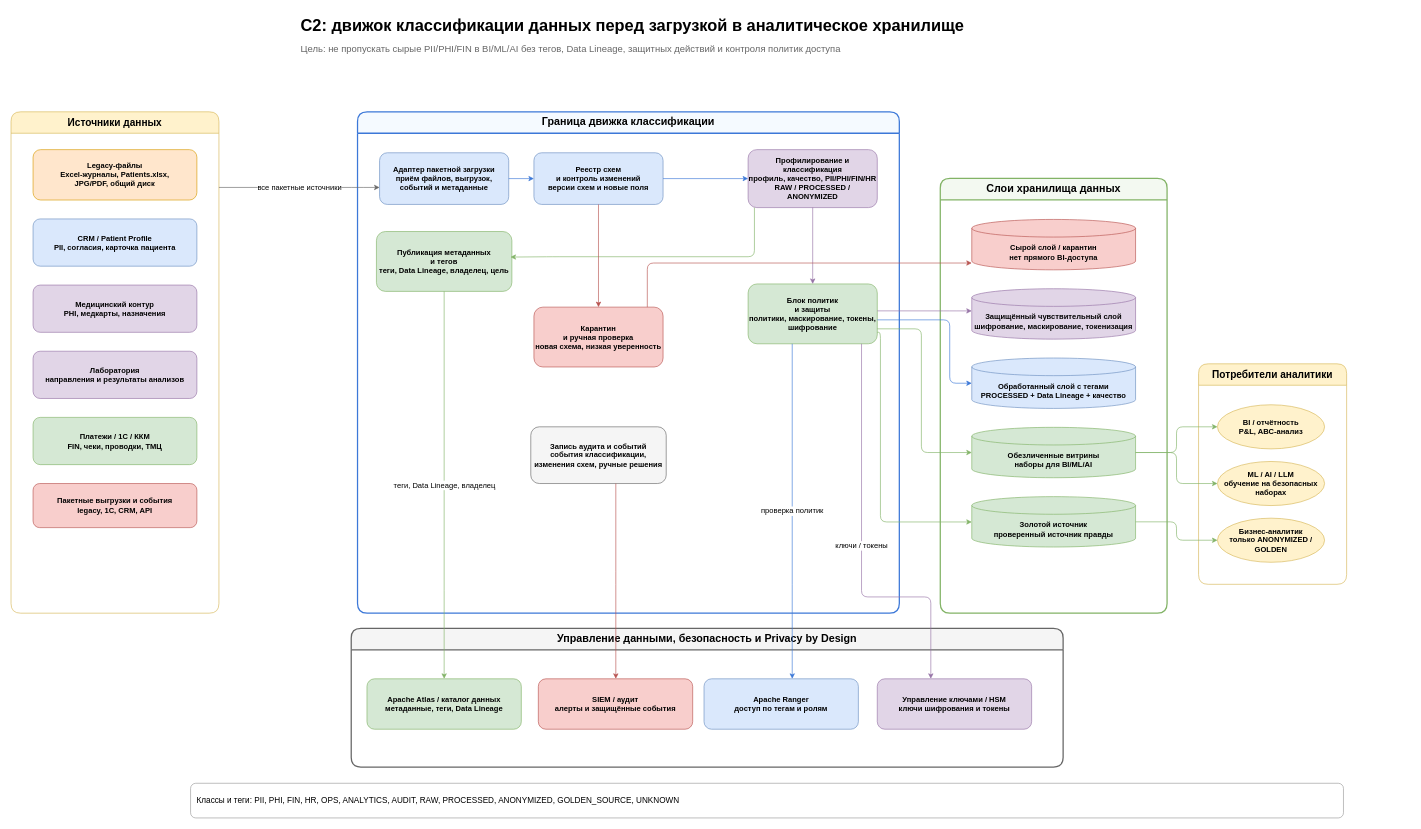
This is Task6/c2-classification-engine.drawio from astandrik/architecture-medikamente, a draw.io file, before an edit. Source tidied: cells renumbered, new cells numbered last; positions are measured from the earlier drawing's top-left corner, leaving out a move shared by most shapes. Both pictures are drawn from the tidied source at 63%, with x=0, y=0 at pixel (11, 11).
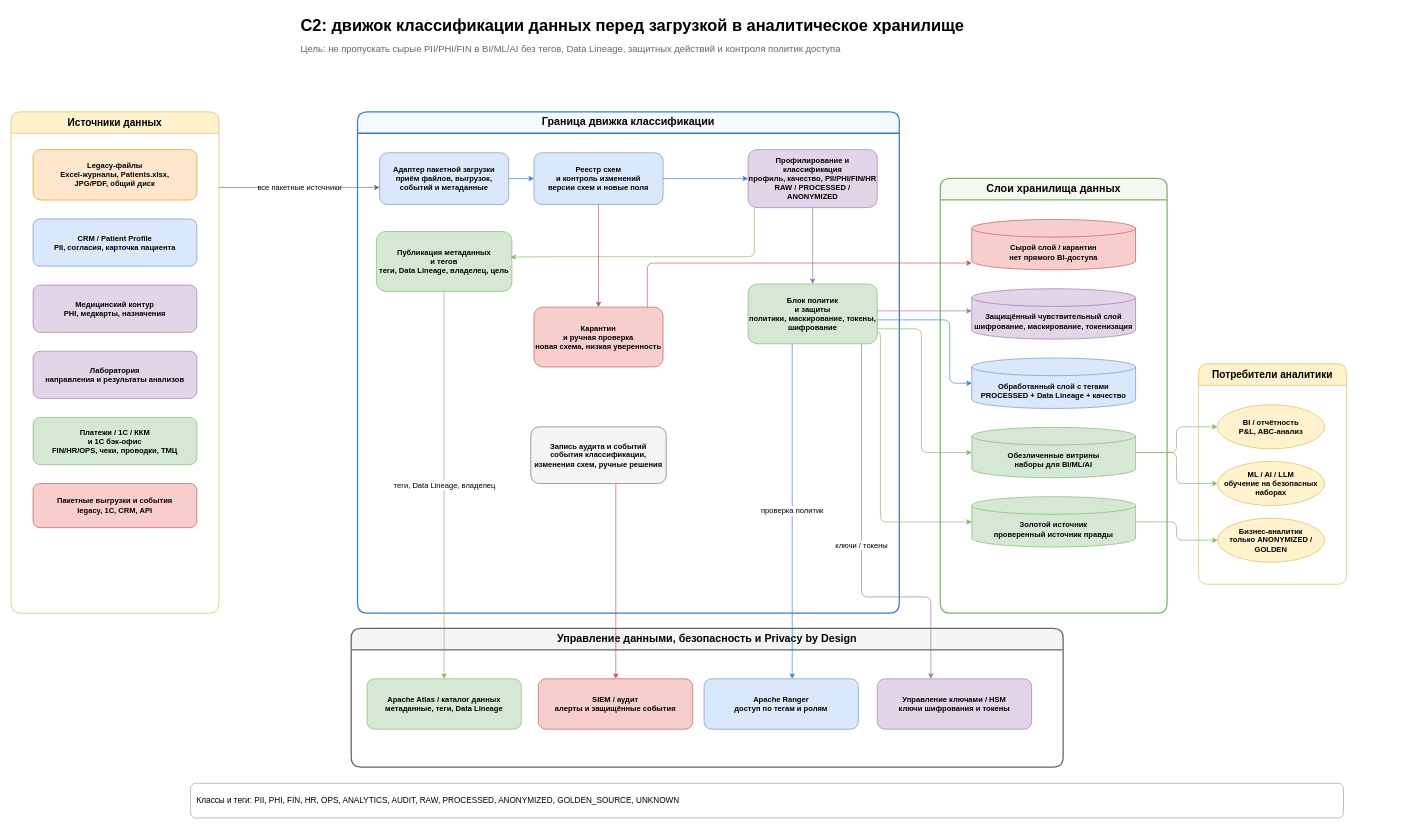
After the change.

Commit message (it also covers changes not shown here):
fix: align Task6 sources and refresh diagram exports

The change refers to these unchanged cells:
```xml
<mxCell id="4" value="Источники данных" style="swimlane;html=1;startSize=34;rounded=1;whiteSpace=wrap;fillColor=#fff2cc;strokeColor=#d6b656;fontSize=16;fontStyle=1;" parent="1" vertex="1">
  <mxGeometry y="160" width="330" height="795.8" as="geometry" />
</mxCell>
```

The edit, as a diff of the source:
```diff
@@
-    <mxCell id="9" value="Платежи / 1С / ККМ&lt;br&gt;FIN, чеки, проводки, ТМЦ" style="rounded=1;html=1;whiteSpace=wrap;fillColor=#d5e8d4;strokeColor=#82b366;fontStyle=1;" parent="4" vertex="1">
+    <mxCell id="9" value="Платежи / 1С / ККМ&lt;br&gt;и 1С бэк-офис&lt;br&gt;FIN/HR/OPS, чеки, проводки, ТМЦ" style="rounded=1;html=1;whiteSpace=wrap;fillColor=#d5e8d4;strokeColor=#82b366;fontStyle=1;" parent="4" vertex="1">
       <mxGeometry x="35" y="485" width="260" height="75" as="geometry" />
     </mxCell>
```
